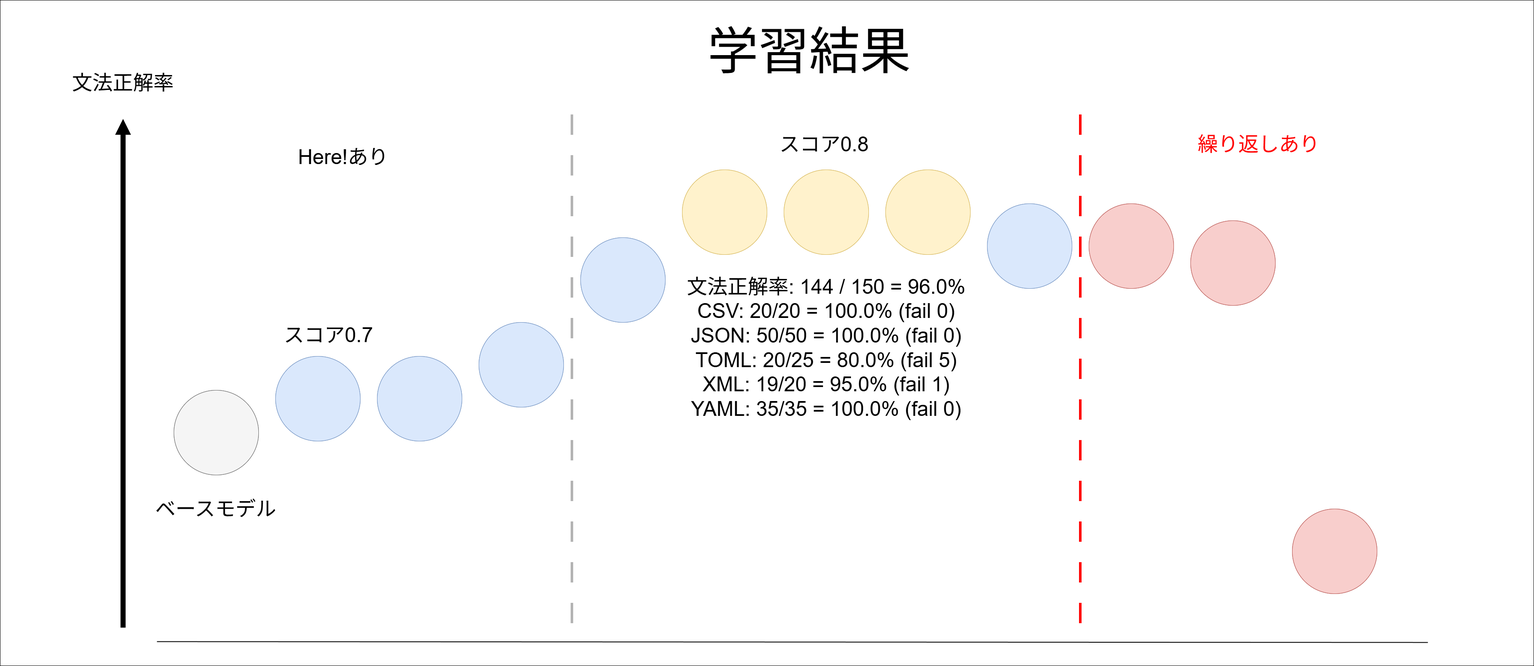
The draw.io diagram result.png in naisy/StructEval_Text_qwen3_json_finetune_structevalt, before a commit. Source tidied: cells renumbered, new cells last; positions are measured from the earlier drawing's top-left corner, leaving out a move shared by most shapes.
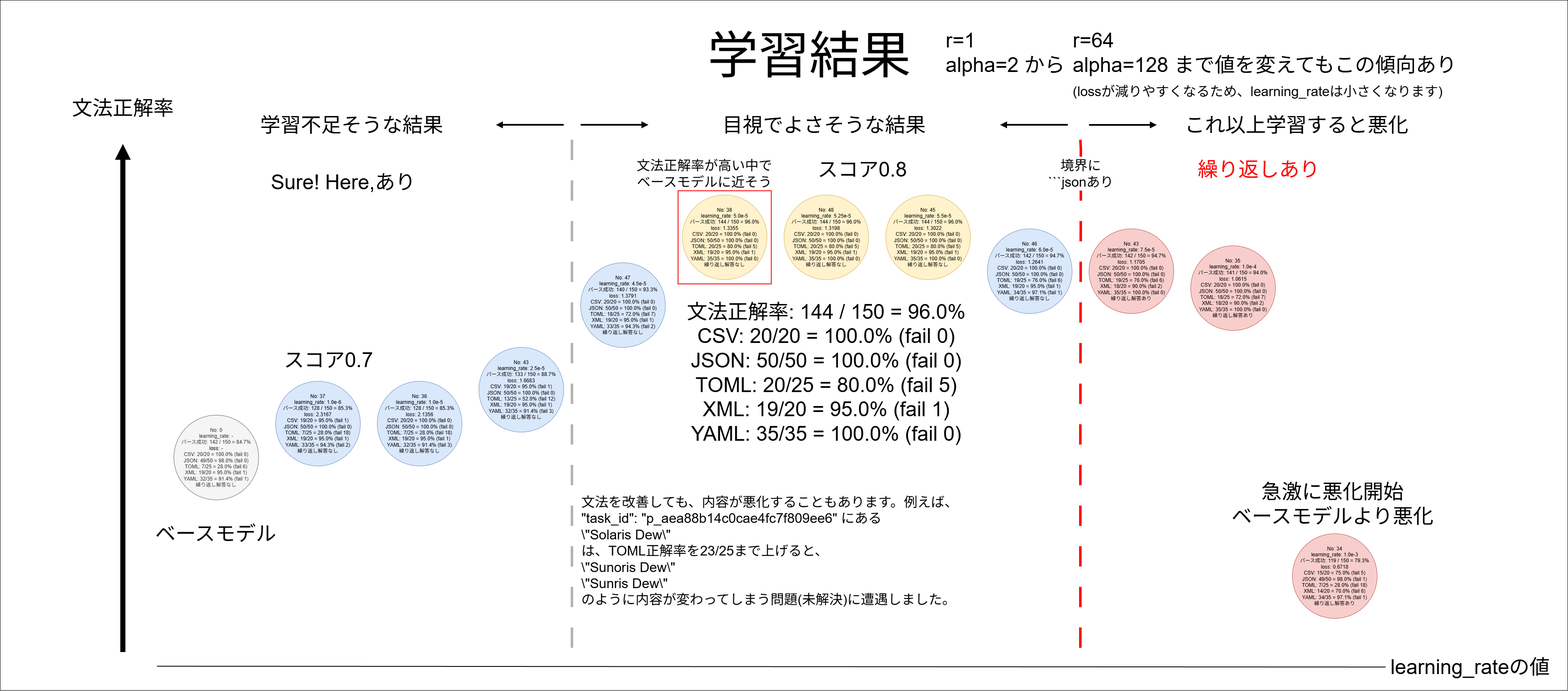
Later version of the same file.

Commit message:
update sft hf config and result image

Diff of the diagram source:
````diff
@@ -3,15 +3,15 @@
     <mxCell id="0" />
     <mxCell id="1" parent="0" />
     <mxCell id="2" style="rounded=0;whiteSpace=wrap;html=1;align=left;verticalAlign=top;fontFamily=Helvetica;fontSize=11;fontColor=default;labelBackgroundColor=none;fillColor=default;gradientColor=none;" parent="1" vertex="1">
-      <mxGeometry width="3620" height="1570" as="geometry" />
+      <mxGeometry y="-60" width="3700" height="1630" as="geometry" />
     </mxCell>
     <mxCell id="3" style="endArrow=none;html=1;rounded=0;strokeWidth=2;endFill=0;" parent="1" edge="1" target="4">
       <mxGeometry relative="1" as="geometry">
         <mxPoint x="370" y="1513" as="sourcePoint" />
       </mxGeometry>
     </mxCell>
-    <mxCell id="4" value="パラメータXの値" style="text;html=1;whiteSpace=wrap;strokeColor=none;fillColor=none;align=center;verticalAlign=middle;rounded=0;fontColor=none;noLabel=1;" parent="1" vertex="1">
-      <mxGeometry x="3370" y="1500" width="130" height="30" as="geometry" />
+    <mxCell id="4" value="&lt;span&gt;learning_rateの値&lt;/span&gt;" style="text;html=1;whiteSpace=wrap;strokeColor=none;fillColor=none;align=center;verticalAlign=middle;rounded=0;fontColor=default;fontSize=48;" parent="1" vertex="1">
+      <mxGeometry x="3270" y="1500" width="400" height="30" as="geometry" />
     </mxCell>
     <mxCell id="5" value="&lt;div&gt;No: 35&lt;/div&gt;&lt;div&gt;learning_rate: 1.0e-4&lt;/div&gt;&lt;div&gt;パース成功: 141 / 150 = 94.0%&lt;/div&gt;&lt;div&gt;loss:&amp;nbsp;1.0615&lt;/div&gt;&lt;div&gt;&lt;div&gt;CSV: 20/20 = 100.0% (fail 0)&lt;/div&gt;&lt;div&gt;JSON: 50/50 = 100.0% (fail 0)&lt;/div&gt;&lt;div&gt;TOML: 18/25 = 72.0% (fail 7)&lt;/div&gt;&lt;div&gt;XML: 18/20 = 90.0% (fail 2)&lt;/div&gt;&lt;div&gt;YAML: 35/35 = 100.0% (fail 0)&lt;/div&gt;&lt;/div&gt;&lt;div&gt;繰り返し解答あり&lt;/div&gt;" style="ellipse;whiteSpace=wrap;html=1;fillColor=#f8cecc;strokeColor=#b85450;" parent="1" vertex="1">
       <mxGeometry x="2810" y="520" width="200" height="200" as="geometry" />
@@ -47,7 +47,7 @@
       <mxGeometry x="3050" y="1200" width="200" height="200" as="geometry" />
     </mxCell>
     <mxCell id="16" value="学習結果" style="text;html=1;whiteSpace=wrap;strokeColor=none;fillColor=none;align=center;verticalAlign=middle;rounded=0;fontSize=120;" parent="1" vertex="1">
-      <mxGeometry x="1610" y="40" width="600" height="160" as="geometry" />
+      <mxGeometry x="1610" y="-10" width="600" height="160" as="geometry" />
     </mxCell>
     <mxCell id="17" value="&lt;div&gt;No: 0&lt;/div&gt;&lt;div&gt;learning_rate: -&lt;/div&gt;&lt;div&gt;パース成功: 142 / 150 = 84.7%&lt;/div&gt;&lt;div&gt;&lt;span style=&quot;background-color: transparent; color: light-dark(rgb(0, 0, 0), rgb(255, 255, 255));&quot;&gt;loss: -&lt;/span&gt;&lt;/div&gt;&lt;div&gt;&lt;div&gt;CSV: 20/20 = 100.0% (fail 0)&lt;/div&gt;&lt;div&gt;JSON: 49/50 = 98.0% (fail 0)&lt;/div&gt;&lt;div&gt;TOML: 7/25 = 28.0% (fail 6)&lt;/div&gt;&lt;div&gt;XML: 19/20 = 95.0% (fail 1)&lt;/div&gt;&lt;div&gt;YAML: 32/35 = 91.4% (fail 1)&lt;/div&gt;&lt;/div&gt;&lt;div&gt;&lt;div&gt;繰り返し解答なし&lt;/div&gt;&lt;/div&gt;" style="ellipse;whiteSpace=wrap;html=1;fillColor=#f5f5f5;strokeColor=#666666;fontColor=#333333;" parent="1" vertex="1">
       <mxGeometry x="410" y="920" width="200" height="200" as="geometry" />
@@ -61,9 +61,8 @@
     <mxCell id="19" value="&lt;font style=&quot;font-size: 48px;&quot;&gt;文法正解率&lt;/font&gt;" style="text;html=1;whiteSpace=wrap;strokeColor=none;fillColor=none;align=center;verticalAlign=middle;rounded=0;fontSize=64;" parent="1" vertex="1">
       <mxGeometry x="70" y="110" width="440" height="160" as="geometry" />
     </mxCell>
-    <mxCell id="20" style="endArrow=none;html=1;rounded=0;strokeColor=#FF0000;strokeWidth=6;align=center;verticalAlign=middle;fontFamily=Helvetica;fontSize=11;fontColor=default;labelBackgroundColor=none;edgeStyle=orthogonalEdgeStyle;endFill=0;dashed=1;dashPattern=8 8;" parent="1" edge="1">
+    <mxCell id="20" style="endArrow=none;html=1;rounded=0;strokeColor=#FF0000;strokeWidth=6;align=center;verticalAlign=middle;fontFamily=Helvetica;fontSize=11;fontColor=default;labelBackgroundColor=none;edgeStyle=orthogonalEdgeStyle;endFill=0;dashed=1;dashPattern=8 8;" parent="1" edge="1" source="41">
       <mxGeometry relative="1" as="geometry">
-        <mxPoint x="2550" y="1470" as="sourcePoint" />
         <mxPoint x="2550" y="270" as="targetPoint" />
       </mxGeometry>
     </mxCell>
@@ -73,7 +72,7 @@
     <mxCell id="22" value="ベースモデル" style="text;html=1;whiteSpace=wrap;strokeColor=none;fillColor=none;align=center;verticalAlign=middle;rounded=0;fontSize=48;" parent="1" vertex="1">
       <mxGeometry x="354" y="1150" width="310" height="100" as="geometry" />
     </mxCell>
-    <mxCell id="23" value="Here!あり" style="text;html=1;whiteSpace=wrap;strokeColor=none;fillColor=none;align=center;verticalAlign=middle;rounded=0;fontSize=48;fontColor=#000000;" parent="1" vertex="1">
+    <mxCell id="23" value="Sure! Here,あり" style="text;html=1;whiteSpace=wrap;strokeColor=none;fillColor=none;align=center;verticalAlign=middle;rounded=0;fontSize=48;fontColor=#000000;" parent="1" vertex="1">
       <mxGeometry x="570" y="330" width="480" height="80" as="geometry" />
     </mxCell>
     <mxCell id="24" style="endArrow=none;html=1;rounded=0;strokeColor=#B3B3B3;strokeWidth=6;align=center;verticalAlign=middle;fontFamily=Helvetica;fontSize=11;fontColor=default;labelBackgroundColor=none;edgeStyle=orthogonalEdgeStyle;endFill=0;dashed=1;dashPattern=8 8;" parent="1" edge="1">
@@ -86,46 +85,69 @@
       <mxGeometry x="620" y="740" width="310" height="100" as="geometry" />
     </mxCell>
     <mxCell id="26" value="スコア0.8" style="text;html=1;whiteSpace=wrap;strokeColor=none;fillColor=none;align=center;verticalAlign=middle;rounded=0;fontSize=48;" parent="1" vertex="1">
-      <mxGeometry x="1790" y="290" width="310" height="100" as="geometry" />
+      <mxGeometry x="1880" y="290" width="310" height="100" as="geometry" />
     </mxCell>
     <mxCell id="27" value="&lt;div&gt;&lt;br&gt;&lt;/div&gt;&lt;div&gt;文法正解率: 144 / 150 = 96.0%&lt;/div&gt;&lt;div&gt;&lt;span style=&quot;background-color: transparent; color: light-dark(rgb(0, 0, 0), rgb(255, 255, 255));&quot;&gt;CSV: 20/20 = 100.0% (fail 0)&lt;/span&gt;&lt;/div&gt;&lt;div&gt;&lt;div&gt;JSON: 50/50 = 100.0% (fail 0)&lt;/div&gt;&lt;div&gt;TOML: 20/25 = 80.0% (fail 5)&lt;/div&gt;&lt;div&gt;XML: 19/20 = 95.0% (fail 1)&lt;/div&gt;&lt;div&gt;YAML: 35/35 = 100.0% (fail 0)&lt;/div&gt;&lt;/div&gt;&lt;div&gt;&lt;br&gt;&lt;/div&gt;" style="text;html=1;whiteSpace=wrap;strokeColor=none;fillColor=none;align=center;verticalAlign=middle;rounded=0;fontFamily=Helvetica;fontSize=48;fontColor=default;labelBackgroundColor=none;" parent="1" vertex="1">
       <mxGeometry x="1570" y="600" width="760" height="440" as="geometry" />
     </mxCell>
-    <mxCell id="28" style="ellipse;whiteSpace=wrap;html=1;fillColor=#f5f5f5;strokeColor=#666666;fontColor=#333333;" parent="1" vertex="1">
-      <mxGeometry x="410" y="920" width="200" height="200" as="geometry" />
+    <mxCell id="28" value="これ以上学習すると悪化" style="text;html=1;whiteSpace=wrap;strokeColor=none;fillColor=none;align=center;verticalAlign=middle;rounded=0;fontSize=48;" parent="1" vertex="1">
+      <mxGeometry x="2750" y="220" width="620" height="30" as="geometry" />
     </mxCell>
-    <mxCell id="29" style="ellipse;whiteSpace=wrap;html=1;fillColor=#dae8fc;strokeColor=#6c8ebf;" parent="1" vertex="1">
-      <mxGeometry x="650" y="840" width="200" height="200" as="geometry" />
+    <mxCell id="29" style="edgeStyle=orthogonalEdgeStyle;rounded=0;orthogonalLoop=1;jettySize=auto;html=1;strokeWidth=4;endArrow=block;endFill=1;" parent="1" edge="1">
+      <mxGeometry relative="1" as="geometry">
+        <mxPoint x="2570" y="234.5" as="sourcePoint" />
+        <mxPoint x="2730" y="234.5" as="targetPoint" />
+      </mxGeometry>
     </mxCell>
-    <mxCell id="30" style="ellipse;whiteSpace=wrap;html=1;fillColor=#dae8fc;strokeColor=#6c8ebf;" parent="1" vertex="1">
-      <mxGeometry x="890" y="840" width="200" height="200" as="geometry" />
+    <mxCell id="30" style="edgeStyle=orthogonalEdgeStyle;shape=connector;rounded=0;orthogonalLoop=1;jettySize=auto;html=1;strokeColor=default;strokeWidth=4;align=center;verticalAlign=middle;fontFamily=Helvetica;fontSize=11;fontColor=default;labelBackgroundColor=default;endArrow=block;endFill=1;" parent="1" edge="1">
+      <mxGeometry relative="1" as="geometry">
+        <mxPoint x="2520" y="234.3" as="sourcePoint" />
+        <mxPoint x="2360" y="234.3" as="targetPoint" />
+      </mxGeometry>
     </mxCell>
-    <mxCell id="31" style="ellipse;whiteSpace=wrap;html=1;fillColor=#dae8fc;strokeColor=#6c8ebf;" parent="1" vertex="1">
-      <mxGeometry x="1130" y="760" width="200" height="200" as="geometry" />
+    <mxCell id="31" value="目視でよさそうな結果" style="text;html=1;whiteSpace=wrap;strokeColor=none;fillColor=none;align=center;verticalAlign=middle;rounded=0;fontSize=48;" parent="1" vertex="1">
+      <mxGeometry x="1635" y="220" width="620" height="30" as="geometry" />
     </mxCell>
-    <mxCell id="32" style="ellipse;whiteSpace=wrap;html=1;fillColor=#dae8fc;strokeColor=#6c8ebf;" parent="1" vertex="1">
-      <mxGeometry x="1370" y="560" width="200" height="200" as="geometry" />
+    <mxCell id="32" style="edgeStyle=orthogonalEdgeStyle;shape=connector;rounded=0;orthogonalLoop=1;jettySize=auto;html=1;strokeColor=default;strokeWidth=4;align=center;verticalAlign=middle;fontFamily=Helvetica;fontSize=11;fontColor=default;labelBackgroundColor=default;endArrow=block;endFill=1;" parent="1" edge="1">
+      <mxGeometry relative="1" as="geometry">
+        <mxPoint x="1330" y="234.3" as="sourcePoint" />
+        <mxPoint x="1170" y="234.3" as="targetPoint" />
+      </mxGeometry>
     </mxCell>
-    <mxCell id="33" style="ellipse;whiteSpace=wrap;html=1;fillColor=#fff2cc;strokeColor=#d6b656;" parent="1" vertex="1">
-      <mxGeometry x="1610" y="400" width="200" height="200" as="geometry" />
+    <mxCell id="33" value="学習不足そうな結果" style="text;html=1;whiteSpace=wrap;strokeColor=none;fillColor=none;align=center;verticalAlign=middle;rounded=0;fontSize=48;" parent="1" vertex="1">
+      <mxGeometry x="520" y="220" width="620" height="30" as="geometry" />
     </mxCell>
-    <mxCell id="34" style="ellipse;whiteSpace=wrap;html=1;fillColor=#fff2cc;strokeColor=#d6b656;" parent="1" vertex="1">
-      <mxGeometry x="1850" y="400" width="200" height="200" as="geometry" />
+    <mxCell id="34" style="edgeStyle=orthogonalEdgeStyle;rounded=0;orthogonalLoop=1;jettySize=auto;html=1;strokeWidth=4;endArrow=block;endFill=1;" parent="1" edge="1">
+      <mxGeometry relative="1" as="geometry">
+        <mxPoint x="1370" y="234.3" as="sourcePoint" />
+        <mxPoint x="1530" y="234.3" as="targetPoint" />
+      </mxGeometry>
     </mxCell>
-    <mxCell id="35" style="ellipse;whiteSpace=wrap;html=1;fillColor=#fff2cc;strokeColor=#d6b656;" parent="1" vertex="1">
-      <mxGeometry x="2090" y="400" width="200" height="200" as="geometry" />
+    <mxCell id="35" value="急激に悪化開始&lt;div&gt;ベースモデルより悪化&lt;/div&gt;" style="text;html=1;whiteSpace=wrap;strokeColor=none;fillColor=none;align=center;verticalAlign=middle;rounded=0;fontSize=48;" parent="1" vertex="1">
+      <mxGeometry x="2890" y="1080" width="510" height="100" as="geometry" />
     </mxCell>
-    <mxCell id="36" style="ellipse;whiteSpace=wrap;html=1;fillColor=#dae8fc;strokeColor=#6c8ebf;" parent="1" vertex="1">
-      <mxGeometry x="2330" y="480" width="200" height="200" as="geometry" />
+    <mxCell id="36" value="r=1&lt;div&gt;alpha=2 から&lt;/div&gt;" style="text;html=1;whiteSpace=wrap;strokeColor=none;fillColor=none;align=left;verticalAlign=top;rounded=0;fontFamily=Helvetica;fontSize=48;fontColor=default;labelBackgroundColor=none;" parent="1" vertex="1">
+      <mxGeometry x="2230" width="330" height="110" as="geometry" />
     </mxCell>
-    <mxCell id="37" style="ellipse;whiteSpace=wrap;html=1;fillColor=#f8cecc;strokeColor=#b85450;" parent="1" vertex="1">
-      <mxGeometry x="2570" y="480" width="200" height="200" as="geometry" />
+    <mxCell id="37" value="&lt;div style=&quot;&quot;&gt;&lt;span style=&quot;background-color: transparent; color: light-dark(rgb(0, 0, 0), rgb(255, 255, 255));&quot;&gt;r=64&lt;/span&gt;&lt;/div&gt;&lt;div&gt;alpha=128 まで値を変えてもこの傾向あり&lt;/div&gt;&lt;div&gt;&lt;font style=&quot;font-size: 32px;&quot;&gt;(lossが減りやすくなるため、learning_rateは小さくなります)&lt;/font&gt;&lt;/div&gt;" style="text;html=1;whiteSpace=wrap;strokeColor=none;fillColor=none;align=left;verticalAlign=top;rounded=0;fontFamily=Helvetica;fontSize=48;fontColor=default;labelBackgroundColor=none;" parent="1" vertex="1">
+      <mxGeometry x="2530" width="1010" height="115" as="geometry" />
     </mxCell>
-    <mxCell id="38" style="ellipse;whiteSpace=wrap;html=1;fillColor=#f8cecc;strokeColor=#b85450;" parent="1" vertex="1">
-      <mxGeometry x="2810" y="520" width="200" height="200" as="geometry" />
+    <mxCell id="38" value="&lt;div&gt;文法正解率が高い中で&lt;/div&gt;&lt;div&gt;ベースモデルに近そう&lt;/div&gt;" style="text;html=1;whiteSpace=wrap;strokeColor=none;fillColor=none;align=center;verticalAlign=middle;rounded=0;fontSize=32;" parent="1" vertex="1">
+      <mxGeometry x="1485" y="300" width="355" height="100" as="geometry" />
     </mxCell>
-    <mxCell id="39" style="ellipse;whiteSpace=wrap;html=1;fillColor=#f8cecc;strokeColor=#b85450;" parent="1" vertex="1">
-      <mxGeometry x="3050" y="1200" width="200" height="200" as="geometry" />
+    <mxCell id="39" style="whiteSpace=wrap;html=1;fontFamily=Helvetica;fontSize=11;fontColor=#FF0000;labelBackgroundColor=none;strokeWidth=2;strokeColor=#FF0000;fillColor=none;" parent="1" vertex="1">
+      <mxGeometry x="1600" y="390" width="220" height="220" as="geometry" />
     </mxCell>
+    <mxCell id="40" style="endArrow=none;html=1;rounded=0;strokeColor=#FF0000;strokeWidth=6;align=center;verticalAlign=middle;fontFamily=Helvetica;fontSize=11;fontColor=default;labelBackgroundColor=none;edgeStyle=orthogonalEdgeStyle;endFill=0;dashed=1;dashPattern=8 8;" parent="1" edge="1" target="41">
+      <mxGeometry relative="1" as="geometry">
+        <mxPoint x="2550" y="1470" as="sourcePoint" />
+      </mxGeometry>
+    </mxCell>
+    <mxCell id="41" value="&lt;div&gt;境界に&lt;/div&gt;```jsonあり" style="text;html=1;whiteSpace=wrap;strokeColor=none;fillColor=none;align=center;verticalAlign=middle;rounded=0;fontFamily=Helvetica;fontSize=32;fontColor=default;labelBackgroundColor=none;" parent="1" vertex="1">
+      <mxGeometry x="2420" y="310" width="262" height="80" as="geometry" />
+    </mxCell>
+    <mxCell id="42" value="&lt;div&gt;文法を改善しても、内容が悪化することもあります。例えば、&lt;/div&gt;&quot;task_id&quot;: &quot;p_aea88b14c0cae4fc7f809ee6&quot; にある&lt;div&gt;\&quot;Solaris Dew\&quot;&lt;/div&gt;&lt;div&gt;は、TOML正解率を23/25まで上げると、&lt;/div&gt;&lt;div&gt;\&quot;Sunoris Dew\&quot;&lt;/div&gt;&lt;div&gt;\&quot;Sunris Dew\&quot;&lt;/div&gt;&lt;div&gt;のように内容が変わってしまう問題(未解決)に遭遇しました。&lt;/div&gt;" style="text;html=1;whiteSpace=wrap;strokeColor=none;fillColor=none;align=left;verticalAlign=top;rounded=0;fontSize=32;" parent="1" vertex="1">
+      <mxGeometry x="1370" y="1100" width="1070" height="300" as="geometry" />
+    </mxCell>
   </root>
 </mxGraphModel>
````
